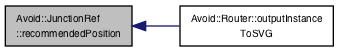
mjwybrow/adaptagrams keeps this Graphviz diagram as documentation/classAvoid_1_1JunctionRef_a5b376e38102c5e4c9b625be21a9e46d5_icgraph.png. Above is the earlier version. Its source is kept beside it as documentation/classAvoid_1_1JunctionRef_a5b376e38102c5e4c9b625be21a9e46d5_icgraph.dot. Source of this version:
```dot
digraph "Avoid::JunctionRef::recommendedPosition"
{
  edge [fontname="Helvetica",fontsize="10",labelfontname="Helvetica",labelfontsize="10"];
  node [fontname="Helvetica",fontsize="10",shape=record];
  rankdir="LR";
  Node31 [label="Avoid::JunctionRef\l::recommendedPosition",height=0.2,width=0.4,color="black", fillcolor="grey75", style="filled", fontcolor="black"];
  Node31 -> Node32 [dir="back",color="midnightblue",fontsize="10",style="solid",fontname="Helvetica"];
  Node32 [label="Avoid::Router::outputInstance\lToSVG",height=0.2,width=0.4,color="black", fillcolor="white", style="filled",URL="$classAvoid_1_1Router.html#a458aae2d6447e0958e4916a8c29bbb47",tooltip="Generates an SVG file containing debug output and code that can be used to regenerate the instance..."];
}
```
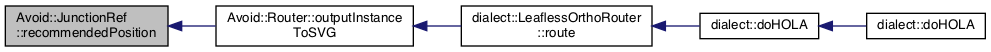
The same file after the commit.

Diff of the diagram source:
```diff
@@ -3,7 +3,13 @@
   edge [fontname="Helvetica",fontsize="10",labelfontname="Helvetica",labelfontsize="10"];
   node [fontname="Helvetica",fontsize="10",shape=record];
   rankdir="LR";
-  Node31 [label="Avoid::JunctionRef\l::recommendedPosition",height=0.2,width=0.4,color="black", fillcolor="grey75", style="filled", fontcolor="black"];
-  Node31 -> Node32 [dir="back",color="midnightblue",fontsize="10",style="solid",fontname="Helvetica"];
-  Node32 [label="Avoid::Router::outputInstance\lToSVG",height=0.2,width=0.4,color="black", fillcolor="white", style="filled",URL="$classAvoid_1_1Router.html#a458aae2d6447e0958e4916a8c29bbb47",tooltip="Generates an SVG file containing debug output and code that can be used to regenerate the instance..."];
+  Node14 [label="Avoid::JunctionRef\l::recommendedPosition",height=0.2,width=0.4,color="black", fillcolor="grey75", style="filled", fontcolor="black"];
+  Node14 -> Node15 [dir="back",color="midnightblue",fontsize="10",style="solid",fontname="Helvetica"];
+  Node15 [label="Avoid::Router::outputInstance\lToSVG",height=0.2,width=0.4,color="black", fillcolor="white", style="filled",URL="$classAvoid_1_1Router.html#a458aae2d6447e0958e4916a8c29bbb47",tooltip="Generates an SVG file containing debug output and code that can be used to regenerate the instance..."];
+  Node15 -> Node16 [dir="back",color="midnightblue",fontsize="10",style="solid",fontname="Helvetica"];
+  Node16 [label="dialect::LeaflessOrthoRouter\l::route",height=0.2,width=0.4,color="black", fillcolor="white", style="filled",URL="$classdialect_1_1LeaflessOrthoRouter.html#af58e911020f19a144303fc01e5b8c35e",tooltip="Do the routing. "];
+  Node16 -> Node17 [dir="back",color="midnightblue",fontsize="10",style="solid",fontname="Helvetica"];
+  Node17 [label="dialect::doHOLA",height=0.2,width=0.4,color="black", fillcolor="white", style="filled",URL="$namespacedialect.html#a05ccc4c149e1b5902ec827bfabd3cf76",tooltip="Apply the HOLA layout algorithm to the given Graph. See Steve Kieffer, Tim Dwyer, Kim Marriott..."];
+  Node17 -> Node18 [dir="back",color="midnightblue",fontsize="10",style="solid",fontname="Helvetica"];
+  Node18 [label="dialect::doHOLA",height=0.2,width=0.4,color="black", fillcolor="white", style="filled",URL="$namespacedialect.html#a24766038e1a9ccd99997ea31c42b432a",tooltip="Convenience function to do HOLA layout with default options. "];
 }
```
